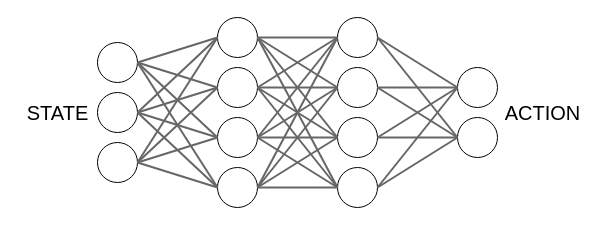
Earlier version of the draw.io diagram Neural_network.drawio (HolgerStenberg/KTH_KEX-jobb_2021). Source tidied: cells renumbered, new cells numbered last; positions are measured from the earlier drawing's top-left corner, leaving out a move shared by most shapes. Both pictures are drawn from the tidied source at 100%, with x=0, y=0 at pixel (17, 17).
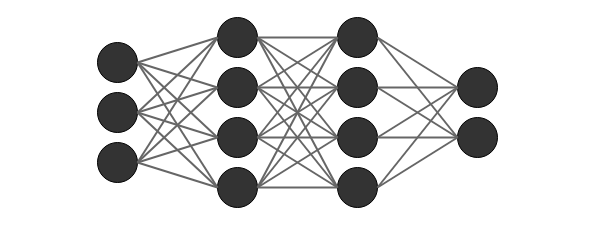
Above is the later version.

Change to the diagram source:
```diff
@@
-    <mxCell id="2" value="ACTION" style="text;html=1;align=center;verticalAlign=middle;fontSize=20;" parent="1" vertex="1">
-      <mxGeometry x="480" y="80" width="90" height="30" as="geometry" />
-    </mxCell>
-    <mxCell id="3" value="STATE" style="text;html=1;align=center;verticalAlign=middle;fontSize=20;" parent="1" vertex="1">
-      <mxGeometry y="80" width="80" height="30" as="geometry" />
-    </mxCell>
-    <mxCell id="4" style="ellipse;whiteSpace=wrap;html=1;" parent="1" vertex="1">
+    <mxCell id="4" style="ellipse;whiteSpace=wrap;html=1;fillColor=#333333;" parent="1" vertex="1">
       <mxGeometry x="200" width="40" height="40" as="geometry" />
     </mxCell>
-    <mxCell id="5" style="ellipse;whiteSpace=wrap;html=1;" parent="1" vertex="1">
+    <mxCell id="5" style="ellipse;whiteSpace=wrap;html=1;fillColor=#333333;" parent="1" vertex="1">
       <mxGeometry x="200" y="50" width="40" height="40" as="geometry" />
     </mxCell>
-    <mxCell id="6" style="ellipse;whiteSpace=wrap;html=1;" parent="1" vertex="1">
+    <mxCell id="6" style="ellipse;whiteSpace=wrap;html=1;fillColor=#333333;" parent="1" vertex="1">
       <mxGeometry x="200" y="100" width="40" height="40" as="geometry" />
     </mxCell>
-    <mxCell id="7" style="ellipse;whiteSpace=wrap;html=1;" parent="1" vertex="1">
+    <mxCell id="7" style="ellipse;whiteSpace=wrap;html=1;fillColor=#333333;" parent="1" vertex="1">
       <mxGeometry x="200" y="150" width="40" height="40" as="geometry" />
     </mxCell>
-    <mxCell id="8" style="ellipse;whiteSpace=wrap;html=1;" parent="1" vertex="1">
+    <mxCell id="8" style="ellipse;whiteSpace=wrap;html=1;fillColor=#333333;" parent="1" vertex="1">
       <mxGeometry x="320" width="40" height="40" as="geometry" />
     </mxCell>
-    <mxCell id="9" style="ellipse;whiteSpace=wrap;html=1;" parent="1" vertex="1">
+    <mxCell id="9" style="ellipse;whiteSpace=wrap;html=1;fillColor=#333333;" parent="1" vertex="1">
       <mxGeometry x="320" y="50" width="40" height="40" as="geometry" />
     </mxCell>
-    <mxCell id="10" style="ellipse;whiteSpace=wrap;html=1;" parent="1" vertex="1">
+    <mxCell id="10" style="ellipse;whiteSpace=wrap;html=1;fillColor=#333333;" parent="1" vertex="1">
       <mxGeometry x="320" y="100" width="40" height="40" as="geometry" />
     </mxCell>
-    <mxCell id="11" style="ellipse;whiteSpace=wrap;html=1;" parent="1" vertex="1">
+    <mxCell id="11" style="ellipse;whiteSpace=wrap;html=1;fillColor=#333333;" parent="1" vertex="1">
       <mxGeometry x="320" y="150" width="40" height="40" as="geometry" />
     </mxCell>
-    <mxCell id="12" style="ellipse;whiteSpace=wrap;html=1;" parent="1" vertex="1">
+    <mxCell id="12" style="ellipse;whiteSpace=wrap;html=1;fillColor=#333333;" parent="1" vertex="1">
       <mxGeometry x="440" y="50" width="40" height="40" as="geometry" />
     </mxCell>
-    <mxCell id="13" style="ellipse;whiteSpace=wrap;html=1;" parent="1" vertex="1">
+    <mxCell id="13" style="ellipse;whiteSpace=wrap;html=1;fillColor=#333333;" parent="1" vertex="1">
       <mxGeometry x="440" y="100" width="40" height="40" as="geometry" />
     </mxCell>
-    <mxCell id="14" style="ellipse;whiteSpace=wrap;html=1;" parent="1" vertex="1">
+    <mxCell id="14" style="ellipse;whiteSpace=wrap;html=1;fillColor=#333333;" parent="1" vertex="1">
       <mxGeometry x="80" y="25" width="40" height="40" as="geometry" />
     </mxCell>
-    <mxCell id="15" style="ellipse;whiteSpace=wrap;html=1;" parent="1" vertex="1">
+    <mxCell id="15" style="ellipse;whiteSpace=wrap;html=1;fillColor=#333333;" parent="1" vertex="1">
       <mxGeometry x="80" y="75" width="40" height="40" as="geometry" />
     </mxCell>
-    <mxCell id="16" style="ellipse;whiteSpace=wrap;html=1;" parent="1" vertex="1">
+    <mxCell id="16" style="ellipse;whiteSpace=wrap;html=1;fillColor=#333333;" parent="1" vertex="1">
       <mxGeometry x="80" y="125" width="40" height="40" as="geometry" />
     </mxCell>
```
